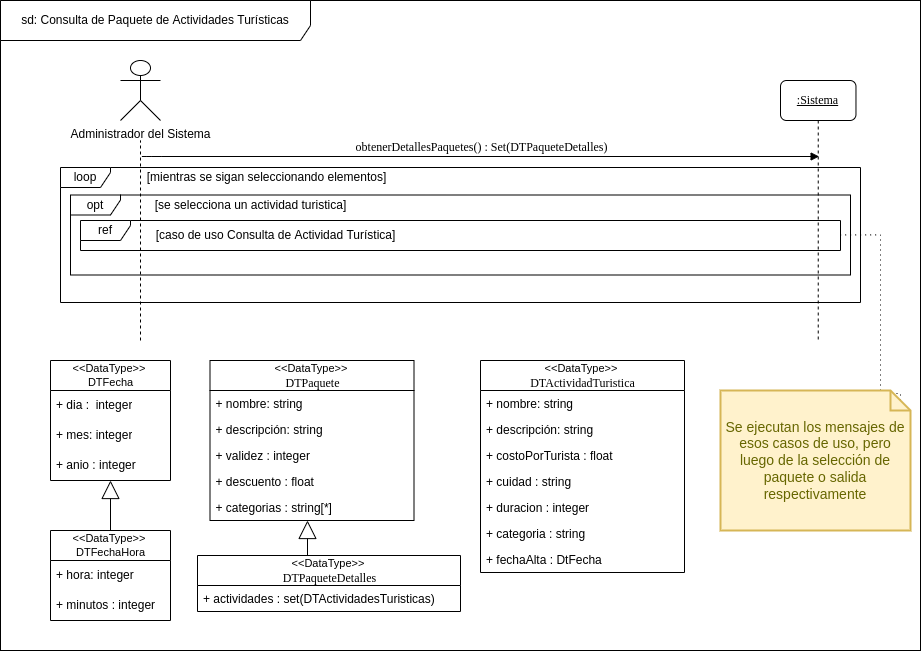
Earlier version of the draw.io export docs/Iteración 2/Análisis/DSS Estación de trabajo/Consulta paquete.png (FacundoDiaz00/Taller-de-Programaci-n). Source tidied: cells renumbered, new cells last; positions are measured from the earlier drawing's top-left corner, leaving out a move shared by most shapes.
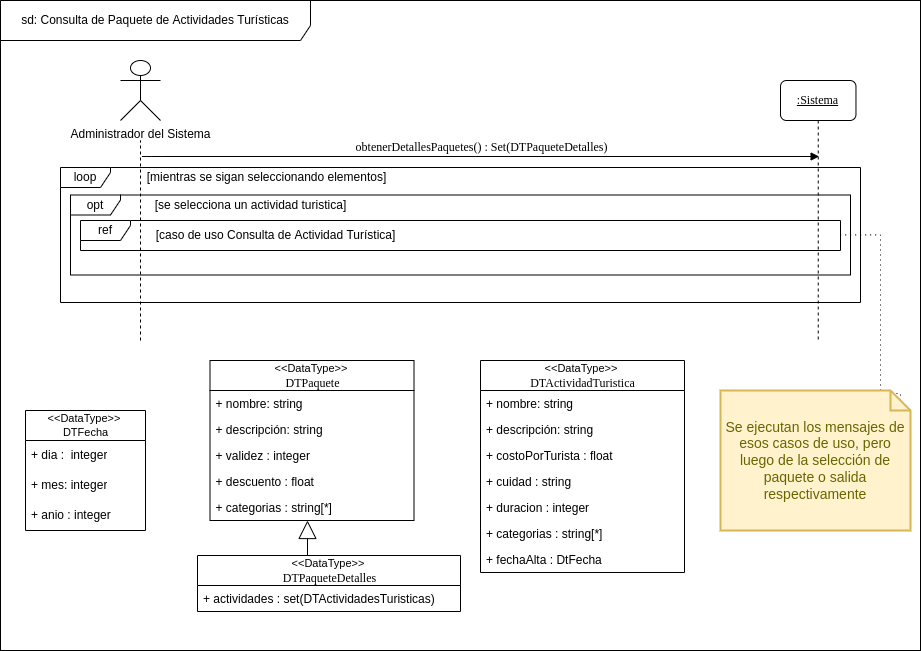
Later version of the same file.

The edit, as a diff of the source:
```diff
@@ -64,7 +64,7 @@
       <mxGeometry y="30" width="263" height="26" as="geometry" />
     </mxCell>
     <mxCell id="20" value="&amp;lt;&amp;lt;DataType&amp;gt;&amp;gt;&amp;nbsp;&lt;br&gt;DTFecha" style="swimlane;fontStyle=0;horizontal=1;startSize=30;sketch=0;fontSize=11;gradientColor=none;html=1;" parent="1" vertex="1">
-      <mxGeometry x="50" y="360" width="120" height="120" as="geometry" />
+      <mxGeometry x="25" y="410" width="120" height="120" as="geometry" />
     </mxCell>
     <mxCell id="21" value="+ dia :&amp;nbsp; integer" style="text;strokeColor=none;fillColor=none;align=left;verticalAlign=middle;spacingLeft=4;spacingRight=4;overflow=hidden;sketch=0;fontSize=12;html=1;" parent="20" vertex="1">
       <mxGeometry y="30" width="120" height="30" as="geometry" />
@@ -75,18 +75,6 @@
     <mxCell id="23" value="+ anio : integer" style="text;strokeColor=none;fillColor=none;align=left;verticalAlign=middle;spacingLeft=4;spacingRight=4;overflow=hidden;sketch=0;fontSize=12;html=1;" parent="20" vertex="1">
       <mxGeometry y="90" width="120" height="30" as="geometry" />
     </mxCell>
-    <mxCell id="24" style="edgeStyle=orthogonalEdgeStyle;rounded=0;jettySize=auto;html=1;fontSize=12;startArrow=none;startFill=0;endArrow=block;endFill=0;startSize=16;endSize=16;exitX=0.5;exitY=0;exitDx=0;exitDy=0;" parent="1" edge="1" source="25" target="20">
-      <mxGeometry relative="1" as="geometry" />
-    </mxCell>
-    <mxCell id="25" value="&amp;lt;&amp;lt;DataType&amp;gt;&amp;gt;&amp;nbsp;&lt;br&gt;DTFechaHora" style="swimlane;fontStyle=0;horizontal=1;startSize=30;sketch=0;fontSize=11;gradientColor=none;html=1;" parent="1" vertex="1">
-      <mxGeometry x="50" y="530" width="120" height="90" as="geometry" />
-    </mxCell>
-    <mxCell id="26" value="+ hora: integer" style="text;strokeColor=none;fillColor=none;align=left;verticalAlign=middle;spacingLeft=4;spacingRight=4;overflow=hidden;sketch=0;fontSize=12;html=1;" parent="25" vertex="1">
-      <mxGeometry y="30" width="120" height="30" as="geometry" />
-    </mxCell>
-    <mxCell id="27" value="+ minutos : integer" style="text;strokeColor=none;fillColor=none;align=left;verticalAlign=middle;spacingLeft=4;spacingRight=4;overflow=hidden;sketch=0;fontSize=12;html=1;" parent="25" vertex="1">
-      <mxGeometry y="60" width="120" height="30" as="geometry" />
-    </mxCell>
     <mxCell id="28" value="obtenerDetallesPaquetes() : Set(&lt;span style=&quot;font-family: verdana;&quot;&gt;DTPaquete&lt;/span&gt;&lt;span style=&quot;font-family: verdana;&quot;&gt;Detalles&lt;/span&gt;)" style="html=1;verticalAlign=bottom;endArrow=block;labelBackgroundColor=none;fontFamily=Verdana;fontSize=12;edgeStyle=elbowEdgeStyle;elbow=vertical;" parent="1" edge="1">
       <mxGeometry relative="1" as="geometry">
         <mxPoint x="141.4" y="156" as="sourcePoint" />
@@ -141,7 +129,7 @@
     <mxCell id="39" value="+ duracion : integer" style="text;strokeColor=none;fillColor=none;align=left;verticalAlign=top;spacingLeft=4;spacingRight=4;overflow=hidden;" parent="34" vertex="1">
       <mxGeometry y="134" width="204" height="26" as="geometry" />
     </mxCell>
-    <mxCell id="40" value="+ categoria : string" style="text;strokeColor=none;fillColor=none;align=left;verticalAlign=top;spacingLeft=4;spacingRight=4;overflow=hidden;" parent="34" vertex="1">
+    <mxCell id="40" value="+ categorias : string[*]" style="text;strokeColor=none;fillColor=none;align=left;verticalAlign=top;spacingLeft=4;spacingRight=4;overflow=hidden;" parent="34" vertex="1">
       <mxGeometry y="160" width="204" height="26" as="geometry" />
     </mxCell>
     <mxCell id="41" value="+ fechaAlta : DtFecha" style="text;strokeColor=none;fillColor=none;align=left;verticalAlign=top;spacingLeft=4;spacingRight=4;overflow=hidden;" parent="34" vertex="1">
```
